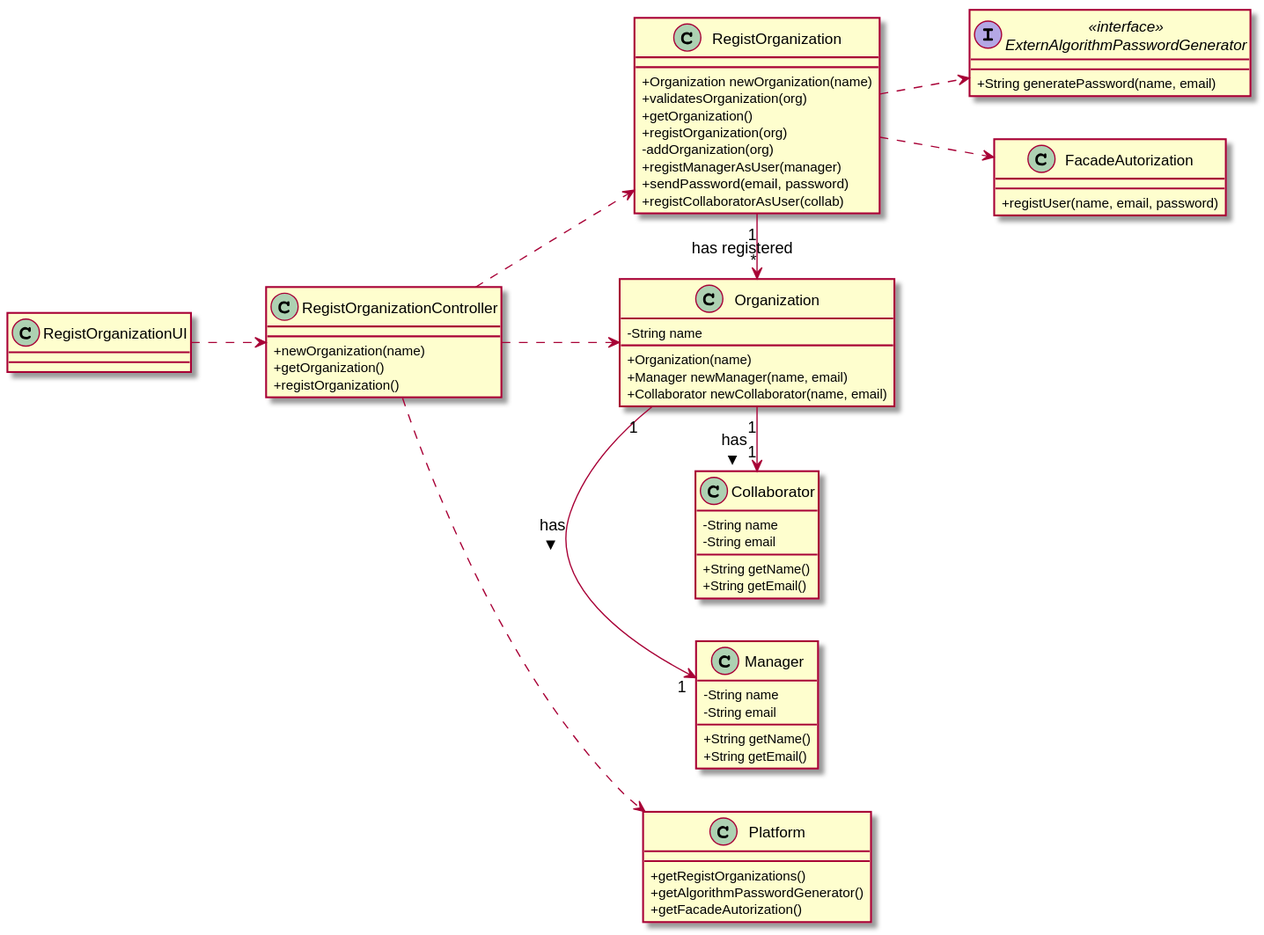
The PlantUML diagram LAPR2-2020-G010-Application/docs/usecases/UC2/UC2_CD.svg in LourencoMelo/ISEP-LAPR2, before a commit. Its diagram source:
```plantuml
@startuml

skinparam classAttributeIconSize 0

left to right direction

class RegistOrganizationUI {

}

class RegistOrganizationController {
    + newOrganization(name)
    + getOrganization()
    + registOrganization()
}

class Platform {
    + getRegistOrganizations()
    + getAlgorithmPasswordGenerator()
    + getFacadeAutorization()
}

class RegistOrganization {
    + Organization newOrganization(name)
    + validatesOrganization(org)
    + getOrganization()
    + registOrganization(org)
    - addOrganization(org)
    + registManagerAsUser(manager)
    + sendPassword(email, password)
    + registCollaboratorAsUser(collab)
}

class Organization {
    - String name
    + Organization(name)
    + Manager newManager(name, email)
    + Collaborator newCollaborator(name, email)
}

class Manager {
    - String name
    - String email
    + String getName()
    + String getEmail()
}

Interface ExternAlgorithmPasswordGenerator << interface >>{
    + String generatePassword(name, email)
}

class FacadeAutorization {
    + registUser(name, email, password)
}

class Collaborator {
    - String name
    - String email
    + String getName()
    + String getEmail()
}

RegistOrganizationUI ..> RegistOrganizationController
RegistOrganizationController ..> RegistOrganization
RegistOrganizationController ..> Organization
RegistOrganizationController..> Platform
RegistOrganization ..> FacadeAutorization
RegistOrganization ..> ExternAlgorithmPasswordGenerator
RegistOrganization "1" -> "*" Organization : has registered
Organization "1" -> "1" Manager : has >
Organization "1" -> "1" Collaborator : has >

@enduml
```
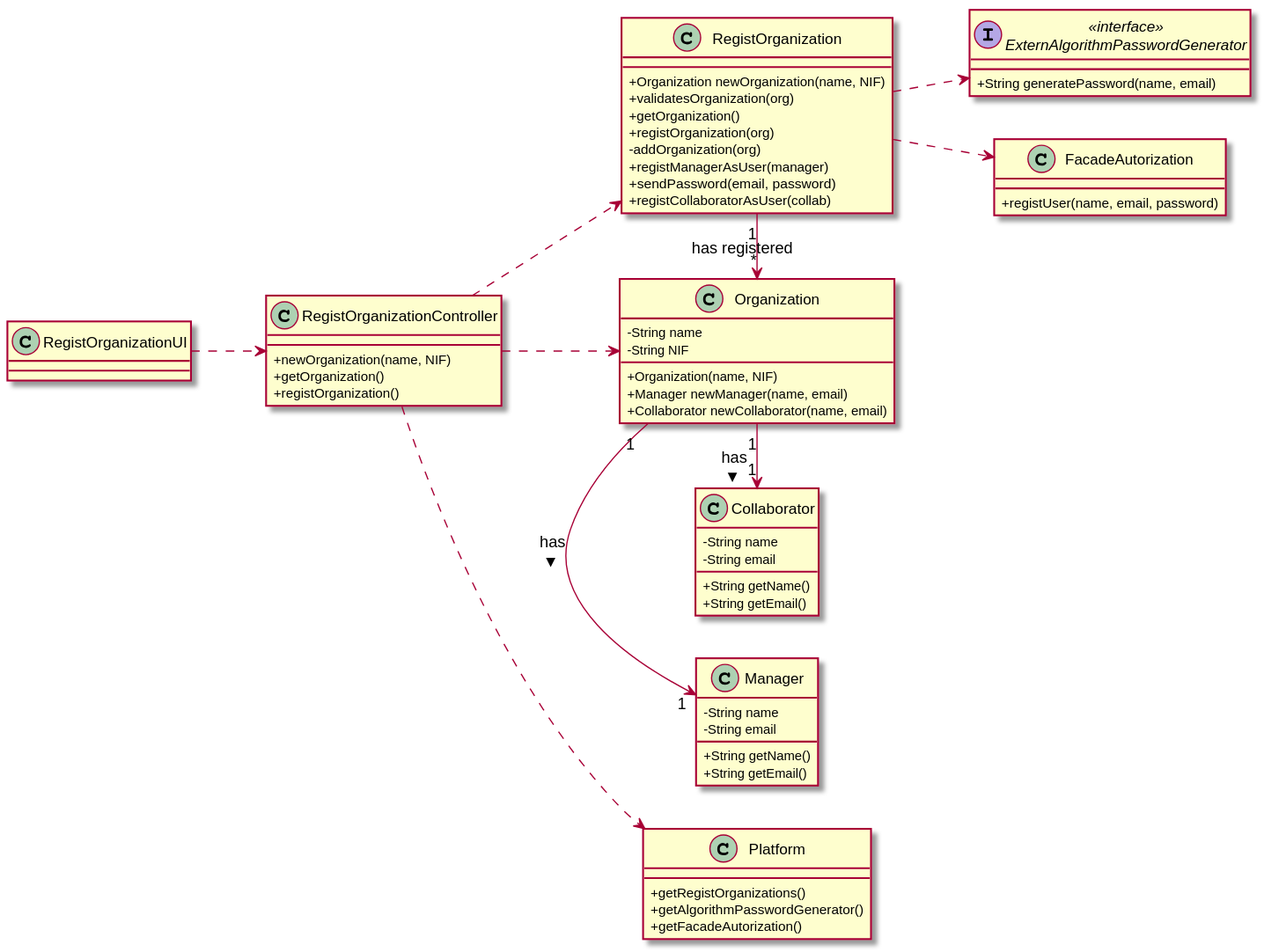
After the commit.

Commit message:
Changes about the organization [UC-02]

Change to the diagram source:
```diff
@@ -9,7 +9,7 @@
 }
 
 class RegistOrganizationController {
-    + newOrganization(name)
+    + newOrganization(name, NIF)
     + getOrganization()
     + registOrganization()
 }
@@ -21,7 +21,7 @@
 }
 
 class RegistOrganization {
-    + Organization newOrganization(name)
+    + Organization newOrganization(name, NIF)
     + validatesOrganization(org)
     + getOrganization()
     + registOrganization(org)
@@ -33,7 +33,8 @@
 
 class Organization {
     - String name
-    + Organization(name)
+    - String NIF
+    + Organization(name, NIF)
     + Manager newManager(name, email)
     + Collaborator newCollaborator(name, email)
 }
```
